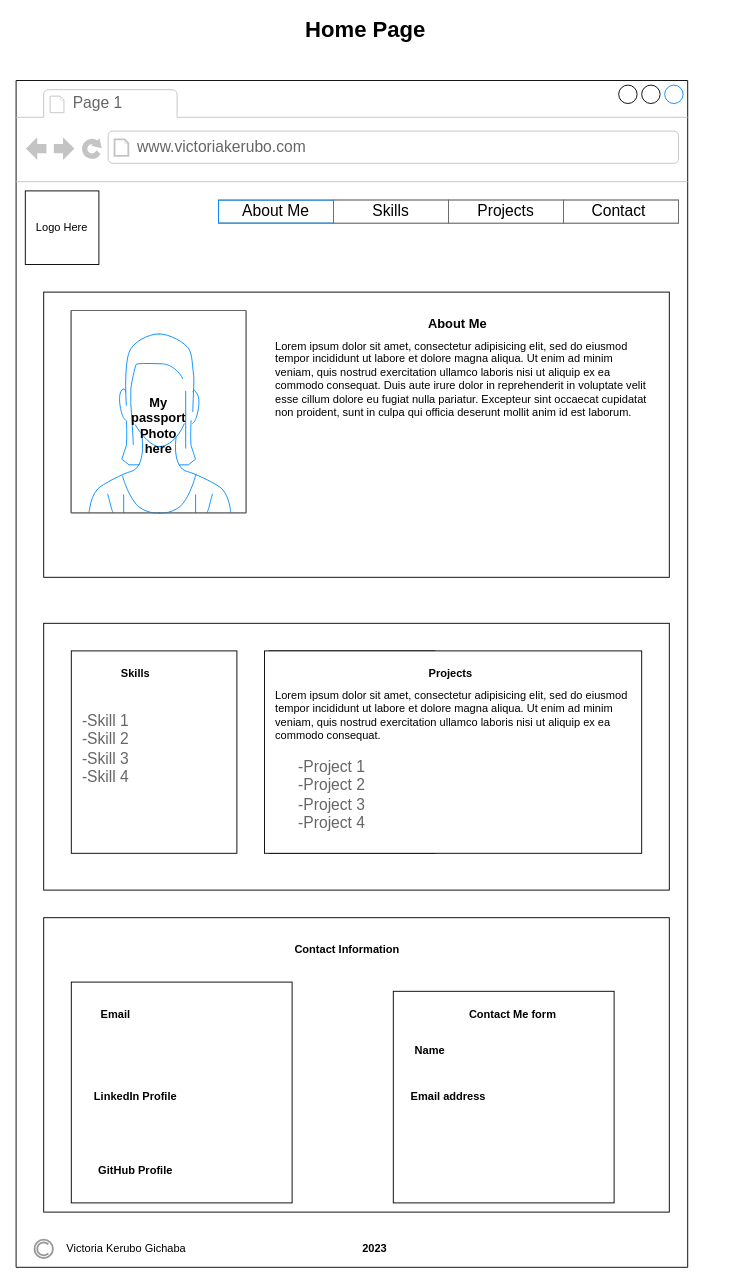
This is Assets/mywebframe.drawio from Victoriakerubo/alx_capstone_project, a draw.io file, before an edit. Source tidied: cells renumbered, new cells numbered last; positions are measured from the earlier drawing's top-left corner, leaving out a move shared by most shapes. Both pictures are drawn from the tidied source at 92%, with x=0, y=0 at pixel (16, 16).
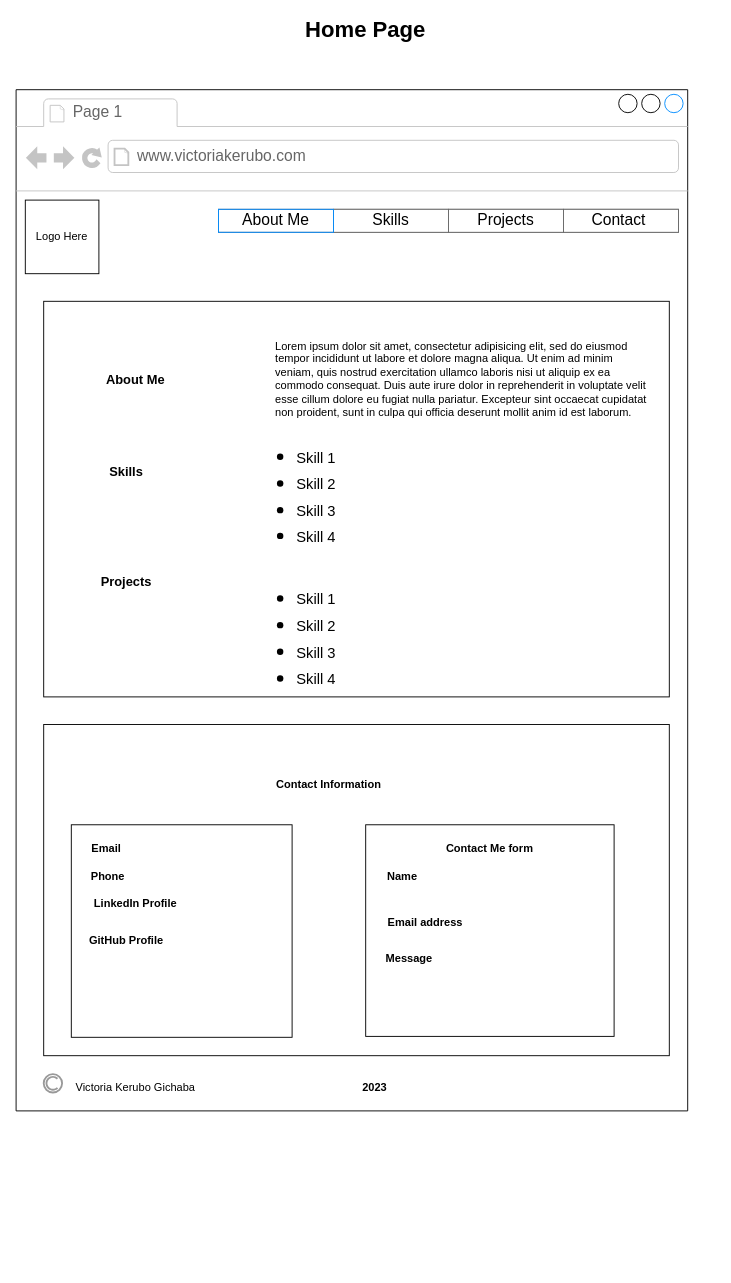
Above is the later version.

What changed in the source:
```diff
@@
     <mxCell id="2" style="strokeWidth=1;shadow=0;dashed=0;align=center;html=1;shape=mxgraph.mockup.containers.browserWindow;rSize=0;strokeColor=default;strokeColor2=#008cff;strokeColor3=#c4c4c4;mainText=,;" parent="1" vertex="1">
-      <mxGeometry y="70" width="730" height="1290" as="geometry" />
+      <mxGeometry y="80" width="730" height="1110" as="geometry" />
     </mxCell>
@@
     <mxCell id="12" style="strokeColor=#999999;verticalLabelPosition=bottom;shadow=0;dashed=0;verticalAlign=top;strokeWidth=2;html=1;shape=mxgraph.mockup.misc.copyrightIcon;textOpacity=50;" parent="2" vertex="1">
-      <mxGeometry x="20" y="1260" width="20" height="20" as="geometry" />
+      <mxGeometry x="30" y="1070" width="20" height="20" as="geometry" />
     </mxCell>
+    <mxCell id="14" value="&lt;b&gt;2023&lt;/b&gt;" style="text;html=1;strokeColor=none;fillColor=none;align=center;verticalAlign=middle;whiteSpace=wrap;rounded=0;" parent="2" vertex="1">
+      <mxGeometry x="360" y="1070" width="60" height="30" as="geometry" />
+    </mxCell>
     <mxCell id="13" value="Victoria Kerubo Gichaba" style="text;html=1;strokeColor=none;fillColor=none;align=center;verticalAlign=middle;whiteSpace=wrap;rounded=0;" parent="2" vertex="1">
-      <mxGeometry y="1255" width="240" height="30" as="geometry" />
+      <mxGeometry x="10" y="1070" width="240" height="30" as="geometry" />
     </mxCell>
-    <mxCell id="14" value="&lt;b&gt;2023&lt;/b&gt;" style="text;html=1;strokeColor=none;fillColor=none;align=center;verticalAlign=middle;whiteSpace=wrap;rounded=0;" parent="2" vertex="1">
-      <mxGeometry x="360" y="1255" width="60" height="30" as="geometry" />
-    </mxCell>
@@
     <mxCell id="16" style="rounded=0;whiteSpace=wrap;html=1;labelBackgroundColor=#000000;" parent="1" vertex="1">
-      <mxGeometry x="30" y="300" width="680" height="310" as="geometry" />
+      <mxGeometry x="30" y="310" width="680" height="430" as="geometry" />
     </mxCell>
-    <mxCell id="17" style="verticalLabelPosition=bottom;shadow=0;dashed=0;align=center;html=1;verticalAlign=top;strokeWidth=1;shape=mxgraph.mockup.containers.userFemale;strokeColor=#666666;strokeColor2=#008cff;" parent="1" vertex="1">
-      <mxGeometry x="60" y="320" width="190" height="220" as="geometry" />
-    </mxCell>
-    <mxCell id="18" value="&lt;b&gt;&lt;font style=&quot;font-size: 14px;&quot;&gt;My passport Photo here&lt;/font&gt;&lt;/b&gt;" style="text;html=1;strokeColor=none;fillColor=none;align=center;verticalAlign=middle;whiteSpace=wrap;rounded=0;" parent="1" vertex="1">
-      <mxGeometry x="125" y="430" width="60" height="30" as="geometry" />
-    </mxCell>
     <mxCell id="19" value="&lt;font style=&quot;font-size: 14px;&quot;&gt;&lt;b&gt;About Me&lt;/b&gt;&lt;/font&gt;" style="text;html=1;strokeColor=none;fillColor=none;align=center;verticalAlign=middle;whiteSpace=wrap;rounded=0;" parent="1" vertex="1">
-      <mxGeometry x="440" y="320" width="80" height="30" as="geometry" />
+      <mxGeometry x="90" y="380" width="80" height="30" as="geometry" />
     </mxCell>
     <mxCell id="20" value="Lorem ipsum dolor sit amet, consectetur adipisicing elit, sed do eiusmod tempor incididunt ut labore et dolore magna aliqua. Ut enim ad minim veniam, quis nostrud exercitation ullamco laboris nisi ut aliquip ex ea commodo consequat. Duis aute irure dolor in reprehenderit in voluptate velit esse cillum dolore eu fugiat nulla pariatur. Excepteur sint occaecat cupidatat non proident, sunt in culpa qui officia deserunt mollit anim id est laborum.&lt;br&gt;" style="text;spacingTop=-5;whiteSpace=wrap;html=1;align=left;fontSize=12;fontFamily=Helvetica;fillColor=none;strokeColor=none;" parent="1" vertex="1">
-      <mxGeometry x="280" y="350" width="410" height="110" as="geometry" />
+      <mxGeometry x="280" y="350" width="410" height="90" as="geometry" />
     </mxCell>
-    <mxCell id="21" style="rounded=0;whiteSpace=wrap;html=1;" parent="1" vertex="1">
-      <mxGeometry x="30" y="660" width="680" height="290" as="geometry" />
-    </mxCell>
-    <mxCell id="22" style="rounded=0;whiteSpace=wrap;html=1;" parent="1" vertex="1">
-      <mxGeometry x="60" y="690" width="180" height="220" as="geometry" />
-    </mxCell>
-    <mxCell id="23" style="rounded=0;whiteSpace=wrap;html=1;" parent="1" vertex="1">
-      <mxGeometry x="275" y="690" width="180" height="220" as="geometry" />
-    </mxCell>
-    <mxCell id="24" style="rounded=0;whiteSpace=wrap;html=1;" parent="1" vertex="1">
-      <mxGeometry x="270" y="690" width="410" height="220" as="geometry" />
-    </mxCell>
-    <mxCell id="25" value="&lt;b&gt;Skills&lt;/b&gt;" style="text;html=1;strokeColor=none;fillColor=none;align=center;verticalAlign=middle;whiteSpace=wrap;rounded=0;" parent="1" vertex="1">
-      <mxGeometry x="100" y="700" width="60" height="30" as="geometry" />
-    </mxCell>
-    <mxCell id="26" value="&lt;b&gt;Projects&lt;/b&gt;" style="text;html=1;strokeColor=none;fillColor=none;align=center;verticalAlign=middle;whiteSpace=wrap;rounded=0;" parent="1" vertex="1">
-      <mxGeometry x="335" y="700" width="275" height="30" as="geometry" />
-    </mxCell>
-    <mxCell id="27" value="-Skill 1&lt;br&gt;-Skill 2&lt;br&gt;-Skill 3&lt;br&gt;-Skill 4" style="strokeWidth=1;shadow=0;dashed=0;align=center;html=1;shape=mxgraph.mockup.text.bulletedList;textColor=#666666;mainText=,,,,;textSize=17;bulletStyle=none;strokeColor=none;fillColor=none;align=left;verticalAlign=top;fontSize=17;fontColor=#666666;" parent="1" vertex="1">
-      <mxGeometry x="70" y="750" width="150" height="135" as="geometry" />
-    </mxCell>
-    <mxCell id="28" value="Lorem ipsum dolor sit amet, consectetur adipisicing elit, sed do eiusmod tempor incididunt ut labore et dolore magna aliqua. Ut enim ad minim veniam, quis nostrud exercitation ullamco laboris nisi ut aliquip ex ea commodo consequat. &amp;nbsp;" style="text;spacingTop=-5;whiteSpace=wrap;html=1;align=left;fontSize=12;fontFamily=Helvetica;fillColor=none;strokeColor=none;" parent="1" vertex="1">
-      <mxGeometry x="280" y="730" width="390" height="150" as="geometry" />
-    </mxCell>
-    <mxCell id="29" value="-Project 1&lt;br&gt;-Project 2&lt;br&gt;-Project 3&lt;br&gt;-Project 4" style="strokeWidth=1;shadow=0;dashed=0;align=center;html=1;shape=mxgraph.mockup.text.bulletedList;textColor=#666666;mainText=,,,,;textSize=17;bulletStyle=none;strokeColor=none;fillColor=none;align=left;verticalAlign=top;fontSize=17;fontColor=#666666;" parent="1" vertex="1">
-      <mxGeometry x="305" y="800" width="335" height="100" as="geometry" />
-    </mxCell>
     <mxCell id="30" style="rounded=0;whiteSpace=wrap;html=1;" parent="1" vertex="1">
-      <mxGeometry x="30" y="980" width="680" height="320" as="geometry" />
+      <mxGeometry x="30" y="770" width="680" height="360" as="geometry" />
     </mxCell>
     <mxCell id="31" style="rounded=0;whiteSpace=wrap;html=1;" parent="1" vertex="1">
-      <mxGeometry x="60" y="1050" width="240" height="240" as="geometry" />
+      <mxGeometry x="60" y="879" width="240" height="231" as="geometry" />
     </mxCell>
     <mxCell id="32" value="&lt;b&gt;Contact Information&lt;/b&gt;" style="text;html=1;strokeColor=none;fillColor=none;align=center;verticalAlign=middle;whiteSpace=wrap;rounded=0;" parent="1" vertex="1">
-      <mxGeometry x="80" y="1000" width="560" height="30" as="geometry" />
+      <mxGeometry x="60" y="820" width="560" height="30" as="geometry" />
     </mxCell>
     <mxCell id="33" style="rounded=0;whiteSpace=wrap;html=1;" parent="1" vertex="1">
-      <mxGeometry x="410" y="1060" width="240" height="230" as="geometry" />
+      <mxGeometry x="380" y="879" width="270" height="230" as="geometry" />
     </mxCell>
     <mxCell id="34" value="&lt;b&gt;Email&amp;nbsp;&lt;/b&gt;" style="text;html=1;strokeColor=none;fillColor=none;align=center;verticalAlign=middle;whiteSpace=wrap;rounded=0;" parent="1" vertex="1">
-      <mxGeometry x="80" y="1070" width="60" height="30" as="geometry" />
+      <mxGeometry x="70" y="890" width="60" height="30" as="geometry" />
     </mxCell>
     <mxCell id="35" value="&lt;b&gt;LinkedIn Profile&lt;/b&gt;" style="text;html=1;strokeColor=none;fillColor=none;align=center;verticalAlign=middle;whiteSpace=wrap;rounded=0;" parent="1" vertex="1">
-      <mxGeometry x="80" y="1160" width="100" height="30" as="geometry" />
+      <mxGeometry x="80" y="950" width="100" height="30" as="geometry" />
     </mxCell>
     <mxCell id="36" value="&lt;b&gt;GitHub Profile&lt;/b&gt;" style="text;html=1;strokeColor=none;fillColor=none;align=center;verticalAlign=middle;whiteSpace=wrap;rounded=0;" parent="1" vertex="1">
-      <mxGeometry x="70" y="1240" width="120" height="30" as="geometry" />
+      <mxGeometry x="60" y="990" width="120" height="30" as="geometry" />
     </mxCell>
     <mxCell id="37" value="&lt;b&gt;Contact Me form&lt;/b&gt;" style="text;html=1;strokeColor=none;fillColor=none;align=center;verticalAlign=middle;whiteSpace=wrap;rounded=0;" parent="1" vertex="1">
-      <mxGeometry x="480" y="1070" width="120" height="30" as="geometry" />
+      <mxGeometry x="455" y="890" width="120" height="30" as="geometry" />
     </mxCell>
     <mxCell id="38" value="&lt;b&gt;Name&lt;/b&gt;" style="text;html=1;strokeColor=none;fillColor=none;align=center;verticalAlign=middle;whiteSpace=wrap;rounded=0;" parent="1" vertex="1">
-      <mxGeometry x="420" y="1110" width="60" height="30" as="geometry" />
+      <mxGeometry x="390" y="920" width="60" height="30" as="geometry" />
     </mxCell>
     <mxCell id="39" value="&lt;b&gt;Email address&lt;/b&gt;" style="text;html=1;strokeColor=none;fillColor=none;align=center;verticalAlign=middle;whiteSpace=wrap;rounded=0;" parent="1" vertex="1">
-      <mxGeometry x="420" y="1160" width="100" height="30" as="geometry" />
+      <mxGeometry x="395" y="970" width="100" height="30" as="geometry" />
     </mxCell>
+    <mxCell id="25" value="&lt;font style=&quot;font-size: 14px;&quot;&gt;&lt;b&gt;Skills&lt;/b&gt;&lt;/font&gt;" style="text;html=1;strokeColor=none;fillColor=none;align=center;verticalAlign=middle;whiteSpace=wrap;rounded=0;" parent="1" vertex="1">
+      <mxGeometry x="90" y="480" width="60" height="30" as="geometry" />
+    </mxCell>
+    <mxCell id="40" value="&lt;h1&gt;&lt;ul&gt;&lt;li style=&quot;border-color: var(--border-color);&quot;&gt;&lt;font style=&quot;border-color: var(--border-color); font-weight: normal;&quot; size=&quot;3&quot;&gt;Skill 1&lt;/font&gt;&lt;/li&gt;&lt;li&gt;&lt;font style=&quot;font-weight: normal;&quot; size=&quot;3&quot;&gt;Skill 2&lt;/font&gt;&lt;/li&gt;&lt;li&gt;&lt;font style=&quot;font-weight: normal;&quot; size=&quot;3&quot;&gt;Skill 3&lt;/font&gt;&lt;/li&gt;&lt;li&gt;&lt;font style=&quot;font-weight: normal;&quot; size=&quot;3&quot;&gt;Skill 4&lt;/font&gt;&lt;/li&gt;&lt;/ul&gt;&lt;/h1&gt;" style="text;html=1;strokeColor=none;fillColor=none;spacing=5;spacingTop=-20;whiteSpace=wrap;overflow=hidden;rounded=0;" parent="1" vertex="1">
+      <mxGeometry x="260" y="450" width="420" height="140" as="geometry" />
+    </mxCell>
+    <mxCell id="26" value="&lt;font style=&quot;font-size: 14px;&quot;&gt;&lt;b&gt;Projects&lt;/b&gt;&lt;/font&gt;" style="text;html=1;strokeColor=none;fillColor=none;align=center;verticalAlign=middle;whiteSpace=wrap;rounded=0;" parent="1" vertex="1">
+      <mxGeometry x="90" y="600" width="60" height="30" as="geometry" />
+    </mxCell>
+    <mxCell id="41" value="&lt;br&gt;&lt;ul style=&quot;border-color: var(--border-color); color: rgb(0, 0, 0); font-family: Helvetica; font-size: 24px; font-style: normal; font-variant-ligatures: normal; font-variant-caps: normal; font-weight: 700; letter-spacing: normal; orphans: 2; text-align: left; text-indent: 0px; text-transform: none; widows: 2; word-spacing: 0px; -webkit-text-stroke-width: 0px; text-decoration-thickness: initial; text-decoration-style: initial; text-decoration-color: initial;&quot;&gt;&lt;li style=&quot;border-color: var(--border-color);&quot;&gt;&lt;font style=&quot;border-color: var(--border-color); font-weight: normal;&quot; size=&quot;3&quot;&gt;Skill 1&lt;/font&gt;&lt;/li&gt;&lt;li style=&quot;border-color: var(--border-color);&quot;&gt;&lt;font style=&quot;border-color: var(--border-color); font-weight: normal;&quot; size=&quot;3&quot;&gt;Skill 2&lt;/font&gt;&lt;/li&gt;&lt;li style=&quot;border-color: var(--border-color);&quot;&gt;&lt;font style=&quot;border-color: var(--border-color); font-weight: normal;&quot; size=&quot;3&quot;&gt;Skill 3&lt;/font&gt;&lt;/li&gt;&lt;li style=&quot;border-color: var(--border-color);&quot;&gt;&lt;font style=&quot;border-color: var(--border-color); font-weight: normal;&quot; size=&quot;3&quot;&gt;Skill 4&lt;/font&gt;&lt;/li&gt;&lt;/ul&gt;&lt;br&gt;" style="text;html=1;strokeColor=none;fillColor=none;spacing=5;spacingTop=-20;whiteSpace=wrap;overflow=hidden;rounded=0;" parent="1" vertex="1">
+      <mxGeometry x="260" y="590" width="410" height="150" as="geometry" />
+    </mxCell>
+    <mxCell id="42" value="&lt;b&gt;Message&lt;/b&gt;" style="text;html=1;strokeColor=none;fillColor=none;align=center;verticalAlign=middle;whiteSpace=wrap;rounded=0;" parent="1" vertex="1">
+      <mxGeometry x="395" y="1010" width="65" height="30" as="geometry" />
+    </mxCell>
+    <mxCell id="43" value="&lt;b&gt;Phone&lt;/b&gt;" style="text;html=1;strokeColor=none;fillColor=none;align=center;verticalAlign=middle;whiteSpace=wrap;rounded=0;" parent="1" vertex="1">
+      <mxGeometry x="70" y="920" width="60" height="30" as="geometry" />
+    </mxCell>
```
